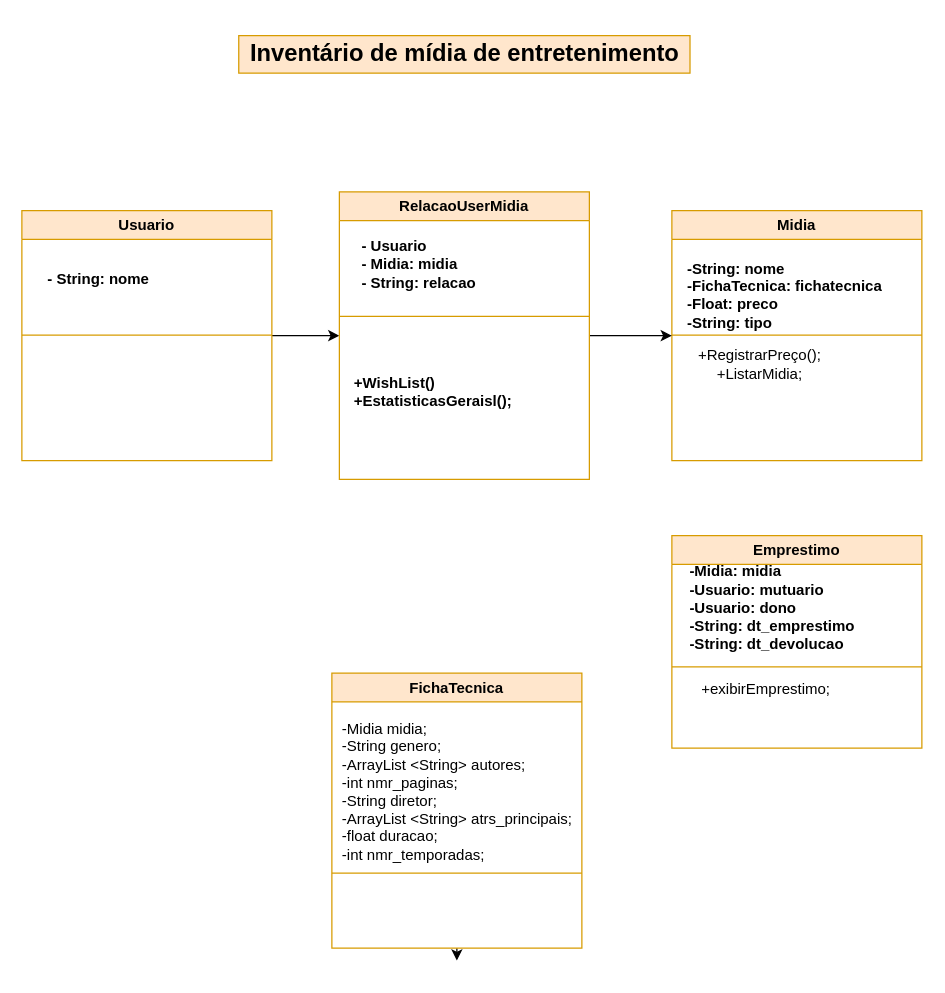
This is media_inventory(flowchart).drawio from EliasGabrielSA/-media_inventory, a draw.io file, before an edit. Source tidied: cells renumbered, new cells numbered last; positions are measured from the earlier drawing's top-left corner, leaving out a move shared by most shapes. Both pictures are drawn from the tidied source at 125%, with x=0, y=0 at pixel (21, 35).
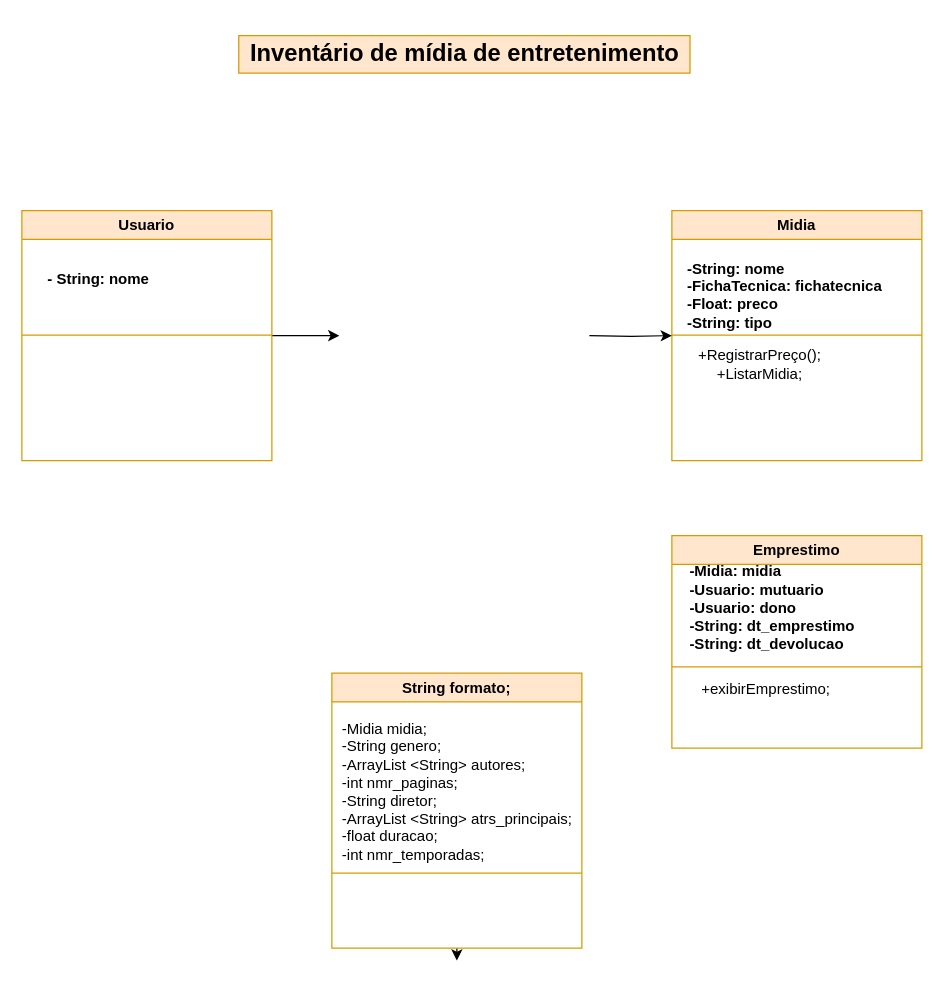
After the change.

Unchanged cells that the change refers to:
```xml
<mxCell id="3" value="Usuario" style="swimlane;whiteSpace=wrap;html=1;startSize=23;fillColor=#ffe6cc;strokeColor=#d79b00;" parent="1" vertex="1">
  <mxGeometry y="140" width="200" height="200" as="geometry" />
</mxCell>
<mxCell id="7" value="Midia" style="swimlane;whiteSpace=wrap;html=1;startSize=23;fillColor=#ffe6cc;strokeColor=#d79b00;" parent="1" vertex="1">
  <mxGeometry x="520" y="140" width="200" height="200" as="geometry" />
</mxCell>
```

The edit, as a diff of the source:
```diff
@@
-    <mxCell id="2" style="edgeStyle=orthogonalEdgeStyle;rounded=0;jettySize=auto;html=1;entryX=0;entryY=0.5;entryDx=0;entryDy=0;" parent="1" edge="1" source="3" target="15">
-      <mxGeometry relative="1" as="geometry" />
+    <mxCell id="2" style="edgeStyle=orthogonalEdgeStyle;rounded=0;jettySize=auto;html=1;entryX=0;entryY=0.5;entryDx=0;entryDy=0;" parent="1" edge="1" source="3">
+      <mxGeometry relative="1" as="geometry">
+        <mxPoint x="254" y="240" as="targetPoint" />
+      </mxGeometry>
     </mxCell>
@@
-    <mxCell id="11" value="FichaTecnica" style="swimlane;whiteSpace=wrap;html=1;startSize=23;fillColor=#ffe6cc;strokeColor=#d79b00;" parent="1" vertex="1">
+    <mxCell id="11" value="String formato;" style="swimlane;whiteSpace=wrap;html=1;startSize=23;fillColor=#ffe6cc;strokeColor=#d79b00;" parent="1" vertex="1">
       <mxGeometry x="248" y="510" width="200" height="220" as="geometry" />
     </mxCell>
@@
-    <mxCell id="14" style="edgeStyle=orthogonalEdgeStyle;rounded=0;jettySize=auto;html=1;entryX=0;entryY=0.5;entryDx=0;entryDy=0;" parent="1" edge="1" source="15" target="7">
-      <mxGeometry relative="1" as="geometry" />
+    <mxCell id="14" style="edgeStyle=orthogonalEdgeStyle;rounded=0;jettySize=auto;html=1;entryX=0;entryY=0.5;entryDx=0;entryDy=0;" parent="1" edge="1" target="7">
+      <mxGeometry relative="1" as="geometry">
+        <mxPoint x="454" y="240" as="sourcePoint" />
+      </mxGeometry>
     </mxCell>
-    <mxCell id="15" value="RelacaoUserMidia" style="swimlane;whiteSpace=wrap;html=1;startSize=23;fillColor=#ffe6cc;strokeColor=#d79b00;" parent="1" vertex="1">
-      <mxGeometry x="254" y="125" width="200" height="230" as="geometry" />
-    </mxCell>
-    <mxCell id="16" value="&lt;div style=&quot;text-align: justify;&quot;&gt;&lt;span style=&quot;background-color: initial;&quot;&gt;&lt;b&gt;- Usuario&lt;/b&gt;&lt;/span&gt;&lt;/div&gt;&lt;div style=&quot;text-align: justify;&quot;&gt;&lt;span style=&quot;background-color: initial;&quot;&gt;&lt;b&gt;- Midia: midia&lt;/b&gt;&lt;/span&gt;&lt;/div&gt;&lt;div style=&quot;text-align: justify;&quot;&gt;&lt;span style=&quot;background-color: initial;&quot;&gt;&lt;b&gt;- String: relacao&amp;nbsp;&lt;/b&gt;&lt;/span&gt;&lt;/div&gt;&lt;div style=&quot;text-align: justify;&quot;&gt;&lt;span style=&quot;background-color: initial;&quot;&gt;&lt;b&gt;&lt;br&gt;&lt;/b&gt;&lt;/span&gt;&lt;/div&gt;" style="text;html=1;align=center;verticalAlign=middle;strokeColor=none;fillColor=none;" parent="15" vertex="1">
-      <mxGeometry x="5" y="30" width="120" height="70" as="geometry" />
-    </mxCell>
-    <mxCell id="17" style="endArrow=none;html=1;rounded=0;fillColor=#ffe6cc;strokeColor=#d79b00;" parent="15" edge="1">
-      <mxGeometry relative="1" as="geometry">
-        <mxPoint y="99.5" as="sourcePoint" />
-        <mxPoint x="200" y="99.5" as="targetPoint" />
-      </mxGeometry>
-    </mxCell>
-    <mxCell id="18" value="&lt;b&gt;+WishList()&lt;br&gt;+EstatisticasGeraisl();&lt;/b&gt;" style="text;html=1;align=left;verticalAlign=middle;strokeColor=none;fillColor=none;" parent="15" vertex="1">
-      <mxGeometry x="10" y="140" width="150" height="40" as="geometry" />
-    </mxCell>
```
